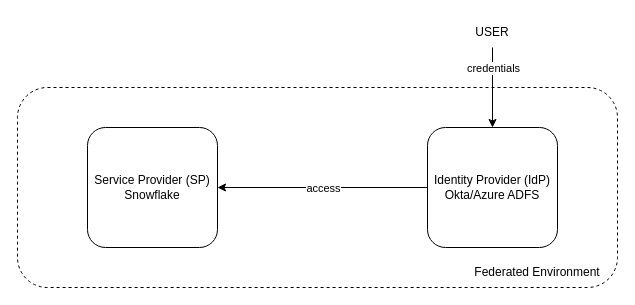
This is page "Page-2" (2 of 2) of Untitled Diagram.drawio from rushal1209/draw.io, a draw.io file, before an edit. Source tidied: cells renumbered, new cells numbered last; positions are measured from the earlier drawing's top-left corner, leaving out a move shared by most shapes. Both pictures are drawn from the tidied source at 100%, with x=0, y=0 at pixel (17, 17).
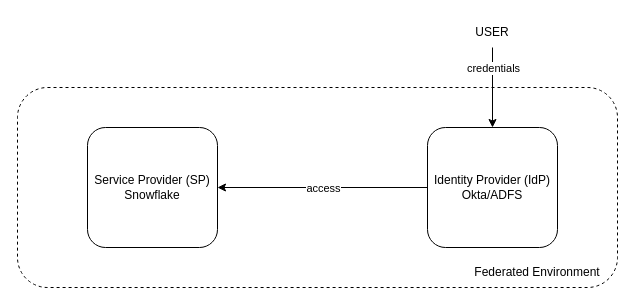
The same diagram, later.

What changed in the source:
```diff
@@
 <mxGraphModel>
   <root>
     <mxCell id="0" />
     <mxCell id="1" parent="0" />
     <mxCell id="2" style="rounded=1;whiteSpace=wrap;html=1;dashed=1;" parent="1" vertex="1">
       <mxGeometry y="70" width="600" height="200" as="geometry" />
     </mxCell>
     <mxCell id="3" value="Federated Environment" style="text;html=1;strokeColor=none;fillColor=none;align=center;verticalAlign=middle;whiteSpace=wrap;rounded=0;" parent="1" vertex="1">
       <mxGeometry x="450" y="240" width="140" height="30" as="geometry" />
     </mxCell>
     <mxCell id="4" value="Service Provider (SP)&lt;br&gt;Snowflake" style="rounded=1;whiteSpace=wrap;html=1;" parent="1" vertex="1">
       <mxGeometry x="70" y="110" width="130" height="120" as="geometry" />
     </mxCell>
-    <mxCell id="5" value="Identity Provider (IdP)&lt;br&gt;Okta/Azure ADFS" style="rounded=1;whiteSpace=wrap;html=1;" parent="1" vertex="1">
+    <mxCell id="5" value="Identity Provider (IdP)&lt;br&gt;Okta/ADFS" style="rounded=1;whiteSpace=wrap;html=1;" parent="1" vertex="1">
       <mxGeometry x="410" y="110" width="130" height="120" as="geometry" />
     </mxCell>
     <mxCell id="6" value="USER" style="text;html=1;strokeColor=none;fillColor=none;align=center;verticalAlign=middle;whiteSpace=wrap;rounded=0;" parent="1" vertex="1">
       <mxGeometry x="435" width="80" height="30" as="geometry" />
     </mxCell>
     <mxCell id="7" style="endArrow=classic;html=1;rounded=0;exitX=0.5;exitY=1;exitDx=0;exitDy=0;entryX=0.5;entryY=0;entryDx=0;entryDy=0;" parent="1" edge="1" source="6" target="5">
       <mxGeometry relative="1" as="geometry" />
     </mxCell>
     <mxCell id="8" value="credentials" style="edgeLabel;html=1;align=center;verticalAlign=middle;" parent="7" vertex="1">
       <mxGeometry relative="1" as="geometry">
         <mxPoint y="-20" as="offset" />
       </mxGeometry>
     </mxCell>
     <mxCell id="9" style="endArrow=classic;html=1;rounded=0;entryX=1;entryY=0.5;entryDx=0;entryDy=0;exitX=0;exitY=0.5;exitDx=0;exitDy=0;" parent="1" edge="1" source="5" target="4">
       <mxGeometry relative="1" as="geometry" />
     </mxCell>
     <mxCell id="10" value="access" style="edgeLabel;html=1;align=center;verticalAlign=middle;" parent="9" vertex="1">
       <mxGeometry relative="1" as="geometry" />
     </mxCell>
   </root>
 </mxGraphModel>
```
